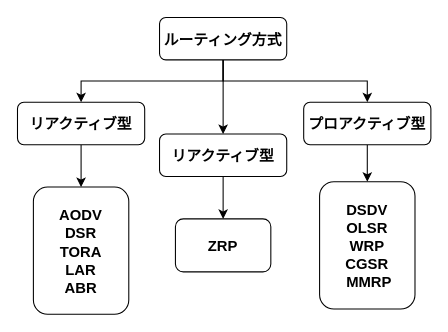
Above: Paper/paper/classification_of_routing.drawio in Giritan/Research (draw.io), before the change. Source tidied: cells renumbered, new cells numbered last; positions are measured from the earlier drawing's top-left corner, leaving out a move shared by most shapes. Both pictures are drawn from the tidied source at 106%, with x=0, y=0 at pixel (17, 17).
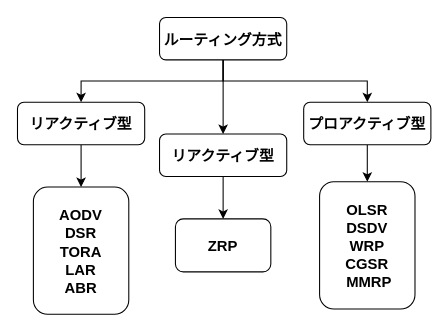
The same page after the edit.

Diff of the diagram source:
```diff
@@
 <mxGraphModel>
   <root>
     <mxCell id="0" />
     <mxCell id="1" parent="0" />
     <mxCell id="2" style="group;fontSize=14;fontStyle=1;" parent="1" vertex="1">
       <mxGeometry width="390" height="280" as="geometry" />
     </mxCell>
     <mxCell id="3" style="edgeStyle=orthogonalEdgeStyle;rounded=0;jettySize=auto;entryX=0.5;entryY=0;entryDx=0;entryDy=0;fontSize=14;fontStyle=1;" parent="2" edge="1" source="6" target="8">
       <mxGeometry relative="1" as="geometry">
         <Array as="points">
           <mxPoint x="194" y="60" />
           <mxPoint x="60" y="60" />
         </Array>
       </mxGeometry>
     </mxCell>
     <mxCell id="4" style="edgeStyle=orthogonalEdgeStyle;rounded=0;jettySize=auto;entryX=0.5;entryY=0;entryDx=0;entryDy=0;fontSize=14;fontStyle=1;" parent="2" edge="1" source="6" target="10">
       <mxGeometry relative="1" as="geometry" />
     </mxCell>
     <mxCell id="5" style="edgeStyle=orthogonalEdgeStyle;rounded=0;jettySize=auto;entryX=0.5;entryY=0;entryDx=0;entryDy=0;fontSize=14;fontStyle=1;" parent="2" edge="1" source="6" target="12">
       <mxGeometry relative="1" as="geometry">
         <Array as="points">
           <mxPoint x="194" y="60" />
           <mxPoint x="330" y="60" />
         </Array>
       </mxGeometry>
     </mxCell>
     <mxCell id="6" value="ルーティング方式" style="rounded=1;fontSize=14;fontStyle=1;" parent="2" vertex="1">
       <mxGeometry x="134" width="120" height="40" as="geometry" />
     </mxCell>
     <mxCell id="7" style="edgeStyle=orthogonalEdgeStyle;rounded=0;jettySize=auto;entryX=0.5;entryY=0;entryDx=0;entryDy=0;fontSize=14;fontStyle=1;" parent="2" edge="1" source="8" target="13">
       <mxGeometry relative="1" as="geometry" />
     </mxCell>
     <mxCell id="8" value="リアクティブ型" style="rounded=1;fontSize=14;fontStyle=1;" parent="2" vertex="1">
       <mxGeometry y="80" width="120" height="40" as="geometry" />
     </mxCell>
     <mxCell id="9" style="edgeStyle=orthogonalEdgeStyle;rounded=0;jettySize=auto;entryX=0.5;entryY=0;entryDx=0;entryDy=0;fontSize=14;fontStyle=1;" parent="2" edge="1" source="10" target="15">
       <mxGeometry relative="1" as="geometry" />
     </mxCell>
     <mxCell id="10" value="リアクティブ型" style="rounded=1;fontSize=14;fontStyle=1;" parent="2" vertex="1">
       <mxGeometry x="134" y="110" width="120" height="40" as="geometry" />
     </mxCell>
     <mxCell id="11" style="edgeStyle=orthogonalEdgeStyle;rounded=0;jettySize=auto;entryX=0.5;entryY=0;entryDx=0;entryDy=0;fontSize=14;fontStyle=1;" parent="2" edge="1" source="12" target="14">
       <mxGeometry relative="1" as="geometry" />
     </mxCell>
     <mxCell id="12" value="プロアクティブ型" style="rounded=1;fontSize=14;fontStyle=1;" parent="2" vertex="1">
       <mxGeometry x="270" y="80" width="120" height="40" as="geometry" />
     </mxCell>
     <mxCell id="13" value="AODV&#10;DSR&#10;TORA&#10;LAR&#10;ABR" style="rounded=1;fontSize=14;fontStyle=1;" parent="2" vertex="1">
       <mxGeometry x="15" y="160" width="90" height="120" as="geometry" />
     </mxCell>
-    <mxCell id="14" value="DSDV&#10;OLSR&#10;WRP&#10;CGSR&#10; MMRP" style="rounded=1;fontSize=14;fontStyle=1;" parent="2" vertex="1">
+    <mxCell id="14" value="OLSR&#10;DSDV&#10;WRP&#10;CGSR&#10; MMRP" style="rounded=1;fontSize=14;fontStyle=1;" parent="2" vertex="1">
       <mxGeometry x="285" y="155" width="90" height="120" as="geometry" />
     </mxCell>
     <mxCell id="15" value="ZRP" style="rounded=1;fontSize=14;fontStyle=1;" parent="2" vertex="1">
       <mxGeometry x="149" y="190" width="90" height="50" as="geometry" />
     </mxCell>
   </root>
 </mxGraphModel>
```
